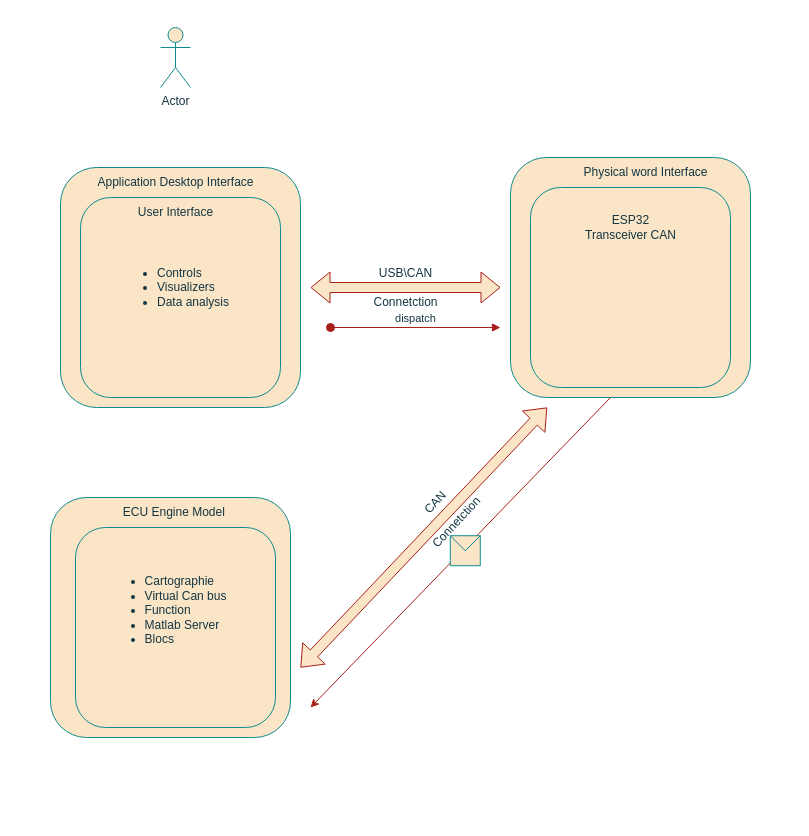
Before: Diagramme sans nom.drawio in XzaydX/fist-repo, a draw.io diagram. Source tidied: cells renumbered, new cells numbered last; positions are measured from the earlier drawing's top-left corner, leaving out a move shared by most shapes. Both pictures are drawn from the tidied source at 100%, with x=0, y=0 at pixel (50, 27).
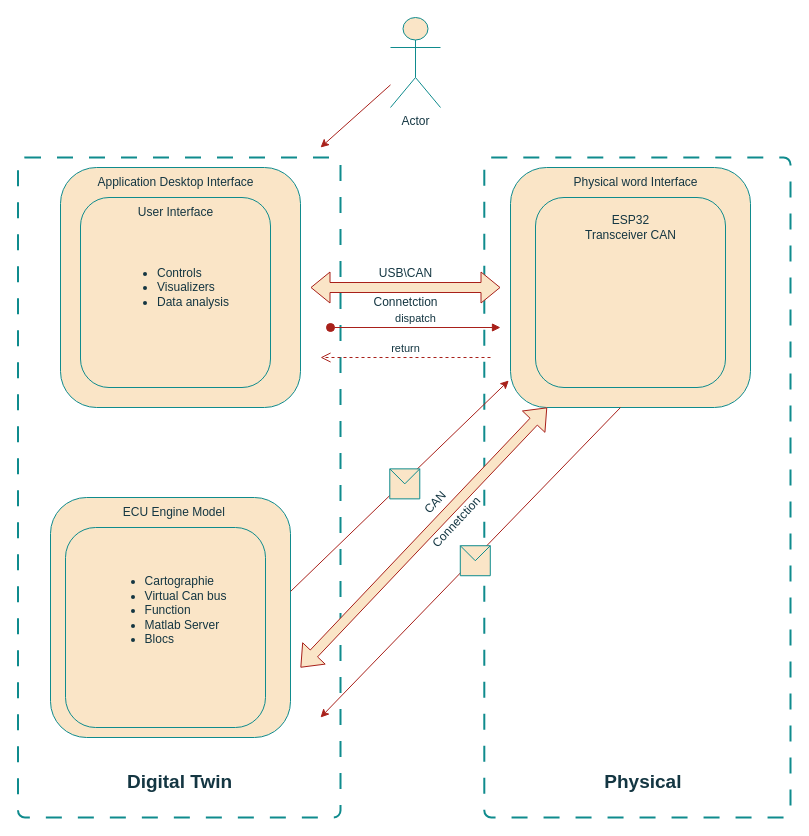
The same diagram, later.

Commit message:
Mettre à jour Diagramme sans nom.drawio

Diff of the diagram source:
```diff
@@
+    <mxCell id="23" style="rounded=1;whiteSpace=wrap;html=1;absoluteArcSize=1;arcSize=14;strokeWidth=2;strokeColor=#0F8B8D;fontColor=#143642;fillColor=light-dark(#FFFFFF,#36240A);dashed=1;dashPattern=8 8;" parent="1" vertex="1">
+      <mxGeometry x="433.8" y="130" width="306.2" height="660" as="geometry" />
+    </mxCell>
+    <mxCell id="24" style="rounded=1;whiteSpace=wrap;html=1;absoluteArcSize=1;arcSize=14;strokeWidth=2;strokeColor=#0F8B8D;fontColor=#143642;fillColor=light-dark(#FFFFFF,#36240A);dashed=1;dashPattern=8 8;" parent="1" vertex="1">
+      <mxGeometry x="-32.5" y="130" width="322.5" height="660" as="geometry" />
+    </mxCell>
@@
     <mxCell id="4" value="Actor" style="shape=umlActor;verticalLabelPosition=bottom;verticalAlign=top;html=1;outlineConnect=0;rounded=1;labelBackgroundColor=none;fillColor=#FAE5C7;strokeColor=#0F8B8D;fontColor=#143642;" parent="1" vertex="1">
-      <mxGeometry x="110" width="30" height="60" as="geometry" />
+      <mxGeometry x="340" y="-10" width="50" height="90" as="geometry" />
     </mxCell>
     <mxCell id="5" style="whiteSpace=wrap;html=1;fillColor=#FAE5C7;rounded=1;labelBackgroundColor=none;strokeColor=#0F8B8D;fontColor=#143642;" parent="1" vertex="1">
-      <mxGeometry x="30" y="170" width="200" height="200" as="geometry" />
+      <mxGeometry x="30" y="170" width="190" height="190" as="geometry" />
     </mxCell>
@@
     <mxCell id="9" style="whiteSpace=wrap;html=1;rounded=1;labelBackgroundColor=none;fillColor=#FAE5C7;strokeColor=#0F8B8D;fontColor=#143642;" parent="1" vertex="1">
-      <mxGeometry x="460" y="130" width="240" height="240" as="geometry" />
+      <mxGeometry x="460" y="140" width="240" height="240" as="geometry" />
     </mxCell>
     <mxCell id="10" style="whiteSpace=wrap;html=1;fillColor=#FAE5C7;rounded=1;labelBackgroundColor=none;strokeColor=#0F8B8D;fontColor=#143642;" parent="1" vertex="1">
-      <mxGeometry x="480" y="160" width="200" height="200" as="geometry" />
+      <mxGeometry x="485" y="170" width="190" height="190" as="geometry" />
     </mxCell>
     <mxCell id="11" value="Physical word Interface" style="text;html=1;align=center;verticalAlign=middle;strokeColor=none;fillColor=none;rounded=1;labelBackgroundColor=none;fontColor=#143642;" parent="1" vertex="1">
-      <mxGeometry x="520" y="130" width="150" height="30" as="geometry" />
+      <mxGeometry x="510" y="140" width="150" height="30" as="geometry" />
     </mxCell>
@@
     <mxCell id="13" style="whiteSpace=wrap;html=1;fillColor=#FAE5C7;rounded=1;labelBackgroundColor=none;strokeColor=#0F8B8D;fontColor=#143642;" parent="1" vertex="1">
-      <mxGeometry x="25" y="500" width="200" height="200" as="geometry" />
+      <mxGeometry x="15" y="500" width="200" height="200" as="geometry" />
     </mxCell>
@@
     <mxCell id="20" style="endArrow=classic;html=1;rounded=0;strokeColor=#A8201A;fontColor=#143642;fillColor=#FAE5C7;" parent="1" edge="1">
       <mxGeometry relative="1" as="geometry">
-        <mxPoint x="560" y="370" as="sourcePoint" />
-        <mxPoint x="260" y="680" as="targetPoint" />
+        <mxPoint x="570" y="380" as="sourcePoint" />
+        <mxPoint x="270" y="690" as="targetPoint" />
       </mxGeometry>
     </mxCell>
@@
+    <mxCell id="25" value="return" style="html=1;verticalAlign=bottom;endArrow=open;dashed=1;endSize=8;curved=0;rounded=0;strokeColor=#A8201A;fontColor=#143642;fillColor=#FAE5C7;" parent="1" edge="1">
+      <mxGeometry relative="1" as="geometry">
+        <mxPoint x="440" y="330" as="sourcePoint" />
+        <mxPoint x="270" y="330" as="targetPoint" />
+      </mxGeometry>
+    </mxCell>
+    <mxCell id="26" style="endArrow=classic;html=1;rounded=0;strokeColor=#A8201A;fontColor=#143642;fillColor=#FAE5C7;exitX=1.007;exitY=0.446;exitDx=0;exitDy=0;exitPerimeter=0;" parent="1" edge="1">
+      <mxGeometry relative="1" as="geometry">
+        <mxPoint x="240" y="564" as="sourcePoint" />
+        <mxPoint x="458.3" y="353" as="targetPoint" />
+      </mxGeometry>
+    </mxCell>
+    <mxCell id="27" style="shape=message;html=1;strokeColor=#0F8B8D;fontColor=#143642;fillColor=#FAE5C7;" parent="26" vertex="1">
+      <mxGeometry width="30" height="30" relative="1" as="geometry">
+        <mxPoint x="-10" y="-17" as="offset" />
+      </mxGeometry>
+    </mxCell>
+    <mxCell id="28" value="&lt;font style=&quot;font-size: 19px;&quot;&gt;&lt;b&gt;Physical&amp;nbsp;&lt;/b&gt;&lt;/font&gt;" style="text;html=1;align=center;verticalAlign=middle;strokeColor=none;fillColor=none;rounded=1;labelBackgroundColor=none;fontColor=#143642;" parent="1" vertex="1">
+      <mxGeometry x="540" y="735" width="110" height="40" as="geometry" />
+    </mxCell>
+    <mxCell id="29" value="&lt;font style=&quot;font-size: 19px;&quot;&gt;&lt;b&gt;Digital Twin&lt;/b&gt;&lt;/font&gt;" style="text;html=1;align=center;verticalAlign=middle;strokeColor=none;fillColor=none;rounded=1;labelBackgroundColor=none;fontColor=#143642;" parent="1" vertex="1">
+      <mxGeometry x="63.8" y="735" width="130" height="40" as="geometry" />
+    </mxCell>
+    <mxCell id="30" style="endArrow=classic;html=1;rounded=0;strokeColor=#A8201A;fontColor=#143642;fillColor=#FAE5C7;" parent="1" edge="1" source="4">
+      <mxGeometry relative="1" as="geometry">
+        <mxPoint x="270" y="120" as="targetPoint" />
+      </mxGeometry>
+    </mxCell>
```
